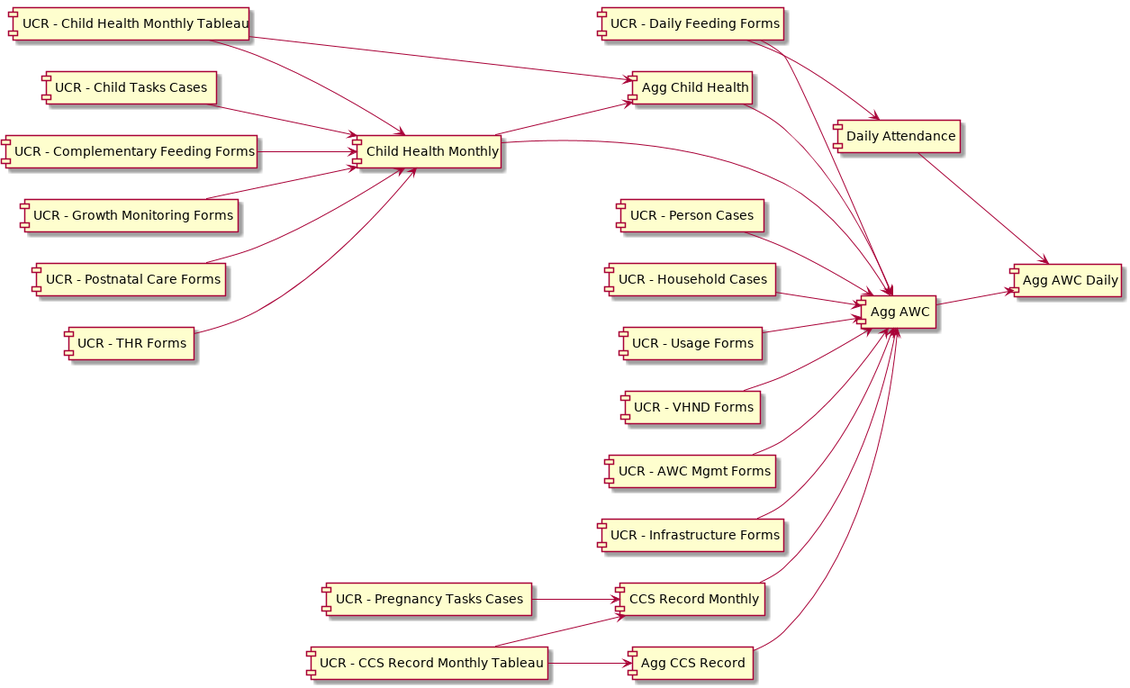
Before: custom/icds_reports/docs/current_state_aggregation.png, a diagram exported from PlantUML (dimagi/commcare-hq).
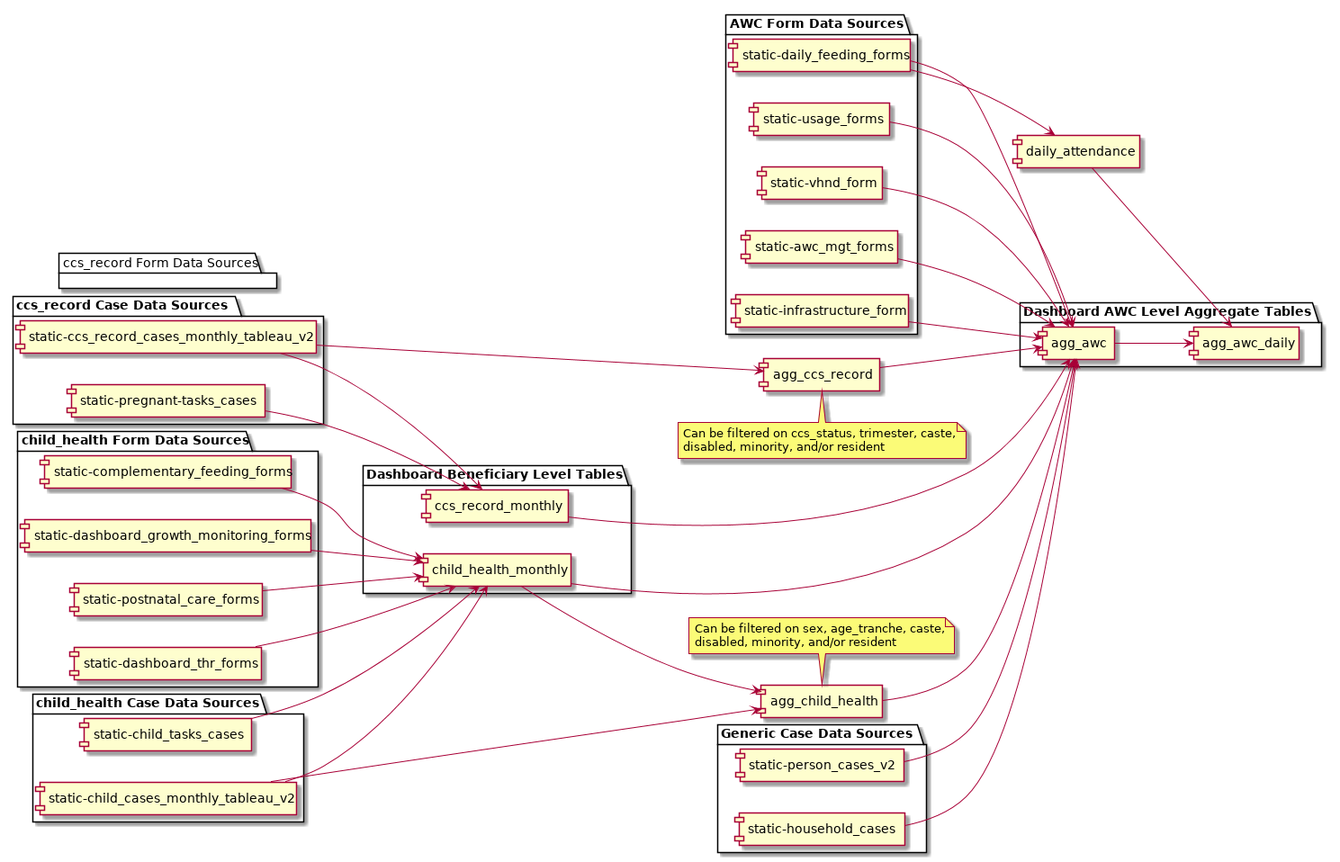
Later version of the same file.

Commit message:
Update aggregation workflow documentation

The edit, as a diff of the source:
```diff
@@ -1,56 +1,92 @@
 @startuml
 left to right direction
-[UCR - Child Health Monthly Tableau]
-[UCR - CCS Record Monthly Tableau]
-[UCR - Person Cases]
-[UCR - Household Cases]
-[UCR - Pregnancy Tasks Cases]
-[UCR - Child Tasks Cases]
+package "Generic Case Data Sources" {
+  [static-person_cases_v2]
+  [static-household_cases]
+}
 
-[UCR - Usage Forms]
-[UCR - VHND Forms]
-[UCR - AWC Mgmt Forms]
-[UCR - Daily Feeding Forms]
-[UCR - Infrastructure Forms]
-[UCR - Complementary Feeding Forms]
-[UCR - Growth Monitoring Forms]
-[UCR - Postnatal Care Forms]
+package "AWC Form Data Sources" {
+  [static-usage_forms]
+  [static-vhnd_form]
+  [static-awc_mgt_forms]
+  [static-infrastructure_form]
+  [static-daily_feeding_forms]
+}
 
-[Child Health Monthly]
-[CCS Record Monthly]
-[Daily Attendance]
-[Agg Child Health]
-[Agg CCS Record]
-[Agg AWC]
-[Agg AWC Daily]
+package "child_health Form Data Sources" {
+  [static-complementary_feeding_forms]
+  [static-dashboard_growth_monitoring_forms]
+  [static-postnatal_care_forms]
+  [static-dashboard_thr_forms]
+}
 
-[UCR - Postnatal Care Forms] --> [Child Health Monthly]
-[UCR - Complementary Feeding Forms] --> [Child Health Monthly]
-[UCR - Growth Monitoring Forms] --> [Child Health Monthly]
-[UCR - Child Health Monthly Tableau] --> [Child Health Monthly]
-[UCR - THR Forms] --> [Child Health Monthly]
-[UCR - Child Tasks Cases] --> [Child Health Monthly]
-[UCR - CCS Record Monthly Tableau] --> [CCS Record Monthly]
-[UCR - Pregnancy Tasks Cases] --> [CCS Record Monthly]
+package "child_health Case Data Sources" {
+  [static-child_cases_monthly_tableau_v2]
+  [static-child_tasks_cases]
+}
 
-[UCR - Daily Feeding Forms] --> [Daily Attendance]
+package "ccs_record Case Data Sources" {
+  [static-ccs_record_cases_monthly_tableau_v2]
+  [static-pregnant-tasks_cases]
+}
 
-[UCR - Child Health Monthly Tableau] --> [Agg Child Health]
-[Child Health Monthly] --> [Agg Child Health]
-[UCR - CCS Record Monthly Tableau] --> [Agg CCS Record]
+package "ccs_record Form Data Sources" {
+}
 
-[UCR - Daily Feeding Forms] --> [Agg AWC]
-[Agg Child Health] --> [Agg AWC]
-[Agg CCS Record] --> [Agg AWC]
-[UCR - Household Cases] --> [Agg AWC]
-[UCR - Person Cases] --> [Agg AWC]
-[Child Health Monthly] --> [Agg AWC]
-[CCS Record Monthly] --> [Agg AWC]
-[UCR - Usage Forms] --> [Agg AWC]
-[UCR - VHND Forms] --> [Agg AWC]
-[UCR - AWC Mgmt Forms] --> [Agg AWC]
-[UCR - Infrastructure Forms] --> [Agg AWC]
+package "Dashboard Beneficiary Level Tables" {
+  [child_health_monthly]
+  [ccs_record_monthly]
+}
 
-[Agg AWC] --> [Agg AWC Daily]
-[Daily Attendance] --> [Agg AWC Daily]
+[daily_attendance]
+
+[agg_child_health]
+[agg_ccs_record]
+
+note top of "agg_child_health"
+  Can be filtered on sex, age_tranche, caste,
+  disabled, minority, and/or resident
+end note
+
+note bottom of "agg_ccs_record"
+  Can be filtered on ccs_status, trimester, caste,
+  disabled, minority, and/or resident
+end note
+
+package "Dashboard AWC Level Aggregate Tables" {
+  [agg_awc]
+  [agg_awc_daily]
+}
+
+[static-postnatal_care_forms] --> [child_health_monthly]
+[static-complementary_feeding_forms] --> [child_health_monthly]
+[static-dashboard_growth_monitoring_forms] --> [child_health_monthly]
+[static-child_cases_monthly_tableau_v2] --> [child_health_monthly]
+[static-dashboard_thr_forms] --> [child_health_monthly]
+[static-child_tasks_cases] --> [child_health_monthly]
+
+[static-ccs_record_cases_monthly_tableau_v2] --> [ccs_record_monthly]
+[static-pregnant-tasks_cases] --> [ccs_record_monthly]
+
+[static-daily_feeding_forms] --> [daily_attendance]
+
+[static-child_cases_monthly_tableau_v2] --> [agg_child_health]
+[child_health_monthly] --> [agg_child_health]
+
+[static-ccs_record_cases_monthly_tableau_v2] --> [agg_ccs_record]
+
+[static-daily_feeding_forms] --> [agg_awc]
+[agg_child_health] --> [agg_awc]
+[agg_ccs_record] --> [agg_awc]
+[static-household_cases] --> [agg_awc]
+[static-person_cases_v2] --> [agg_awc]
+[child_health_monthly] --> [agg_awc]
+[ccs_record_monthly] --> [agg_awc]
+[static-usage_forms] --> [agg_awc]
+[static-vhnd_form] --> [agg_awc]
+[static-awc_mgt_forms] --> [agg_awc]
+[static-infrastructure_form] --> [agg_awc]
+
+[agg_awc] --> [agg_awc_daily]
+[daily_attendance] --> [agg_awc_daily]
 @enduml
```
